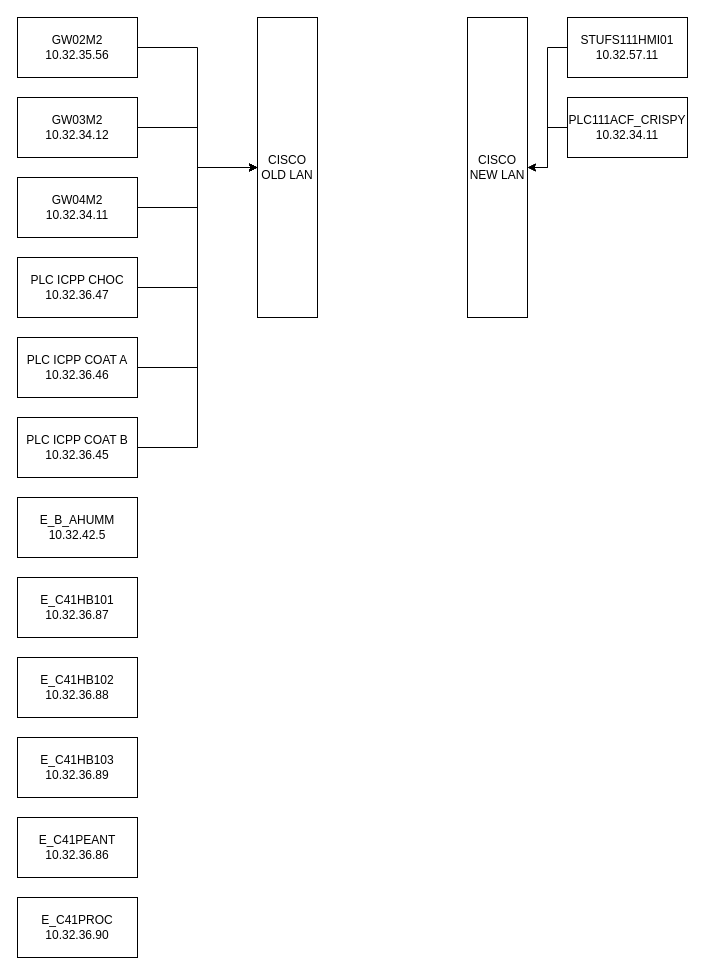
Above: Перенос_Crispy.drawio in Johnystu/draw_io (draw.io), before the change. Source tidied: cells renumbered, new cells numbered last; positions are measured from the earlier drawing's top-left corner, leaving out a move shared by most shapes. Both pictures are drawn from the tidied source at 100%, with x=0, y=0 at pixel (17, 17).
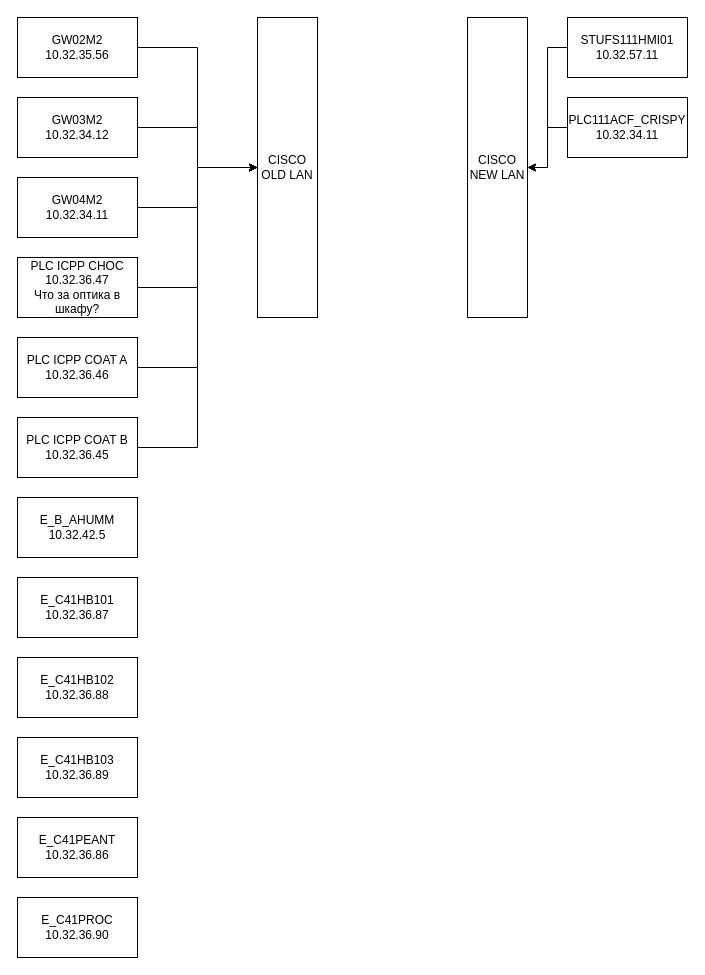
After the change.

Diff of the diagram source:
```diff
@@
-    <mxCell id="10" value="&lt;div&gt;PLC ICPP CHOC&lt;/div&gt;&lt;div&gt;10.32.36.47&lt;br&gt;&lt;/div&gt;" style="rounded=0;whiteSpace=wrap;html=1;" parent="1" vertex="1">
+    <mxCell id="10" value="&lt;div&gt;PLC ICPP CHOC&lt;/div&gt;&lt;div&gt;10.32.36.47&lt;br&gt;&lt;/div&gt;&lt;div&gt;Что за оптика в шкафу?&lt;br&gt;&lt;/div&gt;" style="rounded=0;whiteSpace=wrap;html=1;" parent="1" vertex="1">
       <mxGeometry y="240" width="120" height="60" as="geometry" />
     </mxCell>
```
